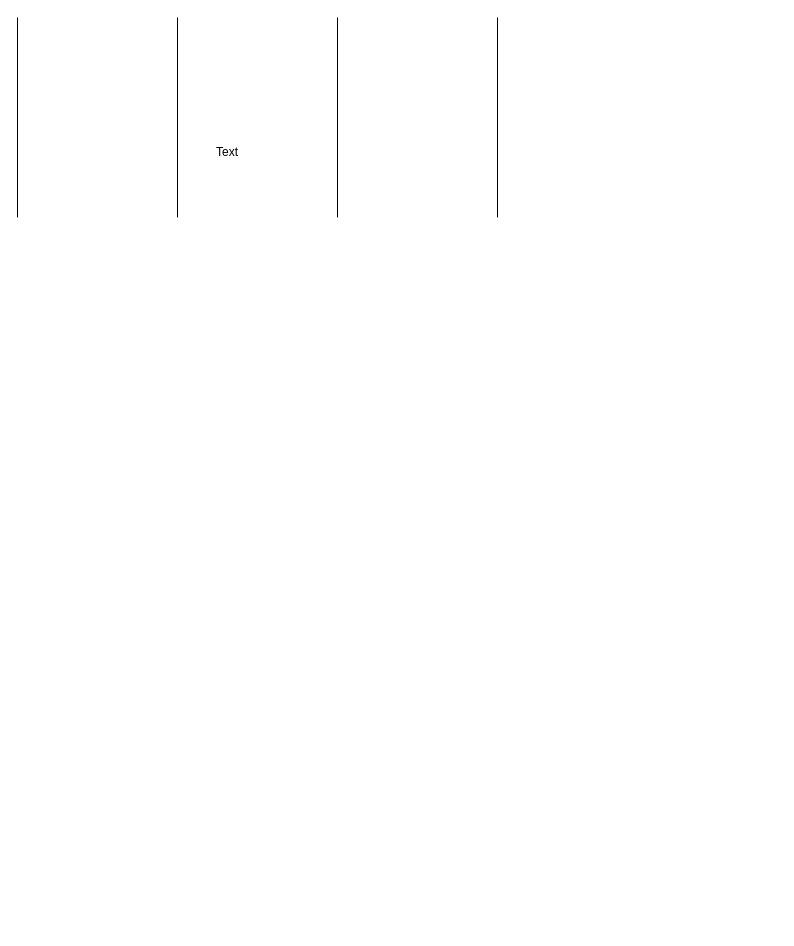
tonghuikang/drawings keeps this draw.io diagram as 未命名绘图.drawio. Above is the earlier version. Source tidied: cells renumbered, new cells numbered last; positions are measured from the earlier drawing's top-left corner, leaving out a move shared by most shapes. Both pictures are drawn from the tidied source at 100%, with x=0, y=0 at pixel (17, 17).
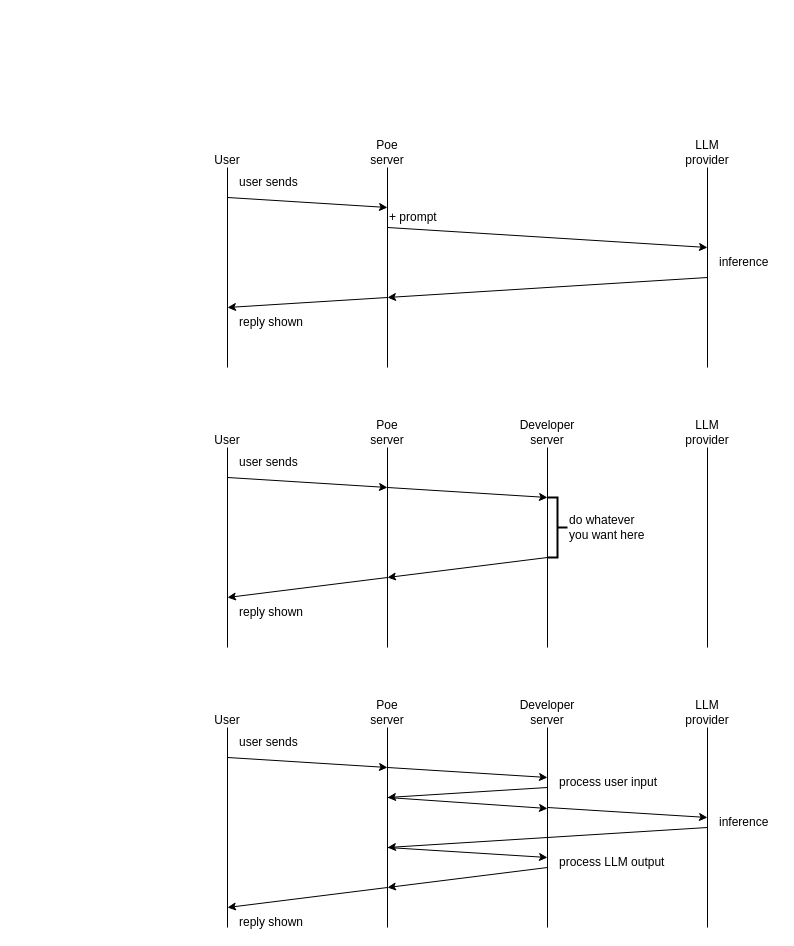
The same page after the edit.

Commit message (it also covers changes not shown here):
更新未命名绘图.drawio

The edit, as a diff of the source:
```diff
@@
     <mxCell id="2" style="endArrow=none;html=1;rounded=0;" parent="1" edge="1">
       <mxGeometry relative="1" as="geometry">
-        <mxPoint y="200" as="sourcePoint" />
-        <mxPoint as="targetPoint" />
+        <mxPoint x="690" y="350" as="sourcePoint" />
+        <mxPoint x="690" y="150" as="targetPoint" />
       </mxGeometry>
     </mxCell>
-    <mxCell id="3" style="endArrow=none;html=1;rounded=0;" parent="1" edge="1">
-      <mxGeometry relative="1" as="geometry">
-        <mxPoint x="160" y="200" as="sourcePoint" />
-        <mxPoint x="160" as="targetPoint" />
-      </mxGeometry>
-    </mxCell>
     <mxCell id="4" style="endArrow=none;html=1;rounded=0;" parent="1" edge="1">
       <mxGeometry relative="1" as="geometry">
-        <mxPoint x="320" y="200" as="sourcePoint" />
-        <mxPoint x="320" as="targetPoint" />
+        <mxPoint x="370" y="350" as="sourcePoint" />
+        <mxPoint x="370" y="150" as="targetPoint" />
       </mxGeometry>
     </mxCell>
     <mxCell id="5" style="endArrow=none;html=1;rounded=0;" parent="1" edge="1">
       <mxGeometry relative="1" as="geometry">
-        <mxPoint x="480" y="200" as="sourcePoint" />
-        <mxPoint x="480" as="targetPoint" />
+        <mxPoint x="210" y="350" as="sourcePoint" />
+        <mxPoint x="210" y="150" as="targetPoint" />
       </mxGeometry>
     </mxCell>
-    <mxCell id="6" value="Text" style="text;html=1;strokeColor=none;fillColor=none;align=center;verticalAlign=middle;whiteSpace=wrap;rounded=0;" parent="1" vertex="1">
+    <mxCell id="6" value="&lt;br&gt;User" style="text;html=1;strokeColor=none;fillColor=none;align=center;verticalAlign=middle;whiteSpace=wrap;rounded=0;" parent="1" vertex="1">
       <mxGeometry x="180" y="120" width="60" height="30" as="geometry" />
     </mxCell>
+    <mxCell id="7" value="Poe&lt;br&gt;server" style="text;html=1;strokeColor=none;fillColor=none;align=center;verticalAlign=middle;whiteSpace=wrap;rounded=0;" parent="1" vertex="1">
+      <mxGeometry x="340" y="120" width="60" height="30" as="geometry" />
+    </mxCell>
+    <mxCell id="8" value="LLM provider" style="text;html=1;strokeColor=none;fillColor=none;align=center;verticalAlign=middle;whiteSpace=wrap;rounded=0;" parent="1" vertex="1">
+      <mxGeometry x="660" y="120" width="60" height="30" as="geometry" />
+    </mxCell>
+    <mxCell id="9" style="endArrow=classic;html=1;rounded=0;" parent="1" edge="1">
+      <mxGeometry relative="1" as="geometry">
+        <mxPoint x="210" y="180" as="sourcePoint" />
+        <mxPoint x="370" y="190" as="targetPoint" />
+      </mxGeometry>
+    </mxCell>
+    <mxCell id="10" style="endArrow=classic;html=1;rounded=0;" parent="1" edge="1">
+      <mxGeometry relative="1" as="geometry">
+        <mxPoint x="370" y="210" as="sourcePoint" />
+        <mxPoint x="690" y="230" as="targetPoint" />
+      </mxGeometry>
+    </mxCell>
+    <mxCell id="11" style="endArrow=classic;html=1;rounded=0;" parent="1" edge="1">
+      <mxGeometry relative="1" as="geometry">
+        <mxPoint x="690" y="260" as="sourcePoint" />
+        <mxPoint x="370" y="280" as="targetPoint" />
+      </mxGeometry>
+    </mxCell>
+    <mxCell id="12" style="endArrow=classic;html=1;rounded=0;" parent="1" edge="1">
+      <mxGeometry relative="1" as="geometry">
+        <mxPoint x="370" y="280" as="sourcePoint" />
+        <mxPoint x="210" y="290" as="targetPoint" />
+      </mxGeometry>
+    </mxCell>
+    <mxCell id="13" value="+ prompt" style="text;html=1;strokeColor=none;fillColor=none;align=left;verticalAlign=middle;whiteSpace=wrap;rounded=0;" parent="1" vertex="1">
+      <mxGeometry x="370" y="190" width="60" height="20" as="geometry" />
+    </mxCell>
+    <mxCell id="14" style="endArrow=none;html=1;rounded=0;" parent="1" edge="1">
+      <mxGeometry relative="1" as="geometry">
+        <mxPoint x="690" y="630" as="sourcePoint" />
+        <mxPoint x="690" y="430" as="targetPoint" />
+      </mxGeometry>
+    </mxCell>
+    <mxCell id="15" style="endArrow=none;html=1;rounded=0;" parent="1" edge="1">
+      <mxGeometry relative="1" as="geometry">
+        <mxPoint x="530" y="630" as="sourcePoint" />
+        <mxPoint x="530" y="430" as="targetPoint" />
+      </mxGeometry>
+    </mxCell>
+    <mxCell id="16" style="endArrow=none;html=1;rounded=0;" parent="1" edge="1">
+      <mxGeometry relative="1" as="geometry">
+        <mxPoint x="370" y="630" as="sourcePoint" />
+        <mxPoint x="370" y="430" as="targetPoint" />
+      </mxGeometry>
+    </mxCell>
+    <mxCell id="17" style="endArrow=none;html=1;rounded=0;" parent="1" edge="1">
+      <mxGeometry relative="1" as="geometry">
+        <mxPoint x="210" y="630" as="sourcePoint" />
+        <mxPoint x="210" y="430" as="targetPoint" />
+      </mxGeometry>
+    </mxCell>
+    <mxCell id="18" value="&lt;br&gt;User" style="text;html=1;strokeColor=none;fillColor=none;align=center;verticalAlign=middle;whiteSpace=wrap;rounded=0;" parent="1" vertex="1">
+      <mxGeometry x="180" y="400" width="60" height="30" as="geometry" />
+    </mxCell>
+    <mxCell id="19" value="Poe&lt;br&gt;server" style="text;html=1;strokeColor=none;fillColor=none;align=center;verticalAlign=middle;whiteSpace=wrap;rounded=0;" parent="1" vertex="1">
+      <mxGeometry x="340" y="400" width="60" height="30" as="geometry" />
+    </mxCell>
+    <mxCell id="20" value="Developer&lt;br&gt;server" style="text;html=1;strokeColor=none;fillColor=none;align=center;verticalAlign=middle;whiteSpace=wrap;rounded=0;" parent="1" vertex="1">
+      <mxGeometry x="500" y="400" width="60" height="30" as="geometry" />
+    </mxCell>
+    <mxCell id="21" value="LLM provider" style="text;html=1;strokeColor=none;fillColor=none;align=center;verticalAlign=middle;whiteSpace=wrap;rounded=0;" parent="1" vertex="1">
+      <mxGeometry x="660" y="400" width="60" height="30" as="geometry" />
+    </mxCell>
+    <mxCell id="22" style="endArrow=classic;html=1;rounded=0;" parent="1" edge="1">
+      <mxGeometry relative="1" as="geometry">
+        <mxPoint x="210" y="460" as="sourcePoint" />
+        <mxPoint x="370" y="470" as="targetPoint" />
+      </mxGeometry>
+    </mxCell>
+    <mxCell id="23" style="endArrow=classic;html=1;rounded=0;" parent="1" edge="1">
+      <mxGeometry relative="1" as="geometry">
+        <mxPoint x="370" y="470" as="sourcePoint" />
+        <mxPoint x="530" y="480" as="targetPoint" />
+      </mxGeometry>
+    </mxCell>
+    <mxCell id="24" style="endArrow=classic;html=1;rounded=0;" parent="1" edge="1">
+      <mxGeometry relative="1" as="geometry">
+        <mxPoint x="530" y="540" as="sourcePoint" />
+        <mxPoint x="370" y="560" as="targetPoint" />
+      </mxGeometry>
+    </mxCell>
+    <mxCell id="25" style="endArrow=classic;html=1;rounded=0;" parent="1" edge="1">
+      <mxGeometry relative="1" as="geometry">
+        <mxPoint x="370" y="560" as="sourcePoint" />
+        <mxPoint x="210" y="580" as="targetPoint" />
+      </mxGeometry>
+    </mxCell>
+    <mxCell id="26" value="inference" style="text;html=1;strokeColor=none;fillColor=none;align=left;verticalAlign=middle;whiteSpace=wrap;rounded=0;" parent="1" vertex="1">
+      <mxGeometry x="700" y="230" width="60" height="30" as="geometry" />
+    </mxCell>
+    <mxCell id="27" value="do whatever you want here" style="text;html=1;strokeColor=none;fillColor=none;align=left;verticalAlign=middle;whiteSpace=wrap;rounded=0;" parent="1" vertex="1">
+      <mxGeometry x="550" y="500" width="90" height="20" as="geometry" />
+    </mxCell>
+    <mxCell id="28" style="strokeWidth=2;html=1;shape=mxgraph.flowchart.annotation_2;align=left;labelPosition=right;rotation=-180;" parent="1" vertex="1">
+      <mxGeometry x="530" y="480" width="20" height="60" as="geometry" />
+    </mxCell>
+    <mxCell id="29" style="endArrow=none;html=1;rounded=0;" parent="1" edge="1">
+      <mxGeometry relative="1" as="geometry">
+        <mxPoint x="690" y="910" as="sourcePoint" />
+        <mxPoint x="690" y="710" as="targetPoint" />
+      </mxGeometry>
+    </mxCell>
+    <mxCell id="30" style="endArrow=none;html=1;rounded=0;" parent="1" edge="1">
+      <mxGeometry relative="1" as="geometry">
+        <mxPoint x="530" y="910" as="sourcePoint" />
+        <mxPoint x="530" y="710" as="targetPoint" />
+      </mxGeometry>
+    </mxCell>
+    <mxCell id="31" style="endArrow=none;html=1;rounded=0;" parent="1" edge="1">
+      <mxGeometry relative="1" as="geometry">
+        <mxPoint x="370" y="910" as="sourcePoint" />
+        <mxPoint x="370" y="710" as="targetPoint" />
+      </mxGeometry>
+    </mxCell>
+    <mxCell id="32" style="endArrow=none;html=1;rounded=0;" parent="1" edge="1">
+      <mxGeometry relative="1" as="geometry">
+        <mxPoint x="210" y="910" as="sourcePoint" />
+        <mxPoint x="210" y="710" as="targetPoint" />
+      </mxGeometry>
+    </mxCell>
+    <mxCell id="33" value="&lt;br&gt;User" style="text;html=1;strokeColor=none;fillColor=none;align=center;verticalAlign=middle;whiteSpace=wrap;rounded=0;" parent="1" vertex="1">
+      <mxGeometry x="180" y="680" width="60" height="30" as="geometry" />
+    </mxCell>
+    <mxCell id="34" value="Poe&lt;br&gt;server" style="text;html=1;strokeColor=none;fillColor=none;align=center;verticalAlign=middle;whiteSpace=wrap;rounded=0;" parent="1" vertex="1">
+      <mxGeometry x="340" y="680" width="60" height="30" as="geometry" />
+    </mxCell>
+    <mxCell id="35" value="Developer&lt;br&gt;server" style="text;html=1;strokeColor=none;fillColor=none;align=center;verticalAlign=middle;whiteSpace=wrap;rounded=0;" parent="1" vertex="1">
+      <mxGeometry x="500" y="680" width="60" height="30" as="geometry" />
+    </mxCell>
+    <mxCell id="36" value="LLM provider" style="text;html=1;strokeColor=none;fillColor=none;align=center;verticalAlign=middle;whiteSpace=wrap;rounded=0;" parent="1" vertex="1">
+      <mxGeometry x="660" y="680" width="60" height="30" as="geometry" />
+    </mxCell>
+    <mxCell id="37" style="endArrow=classic;html=1;rounded=0;" parent="1" edge="1">
+      <mxGeometry relative="1" as="geometry">
+        <mxPoint x="210" y="740" as="sourcePoint" />
+        <mxPoint x="370" y="750" as="targetPoint" />
+      </mxGeometry>
+    </mxCell>
+    <mxCell id="38" style="endArrow=classic;html=1;rounded=0;" parent="1" edge="1">
+      <mxGeometry relative="1" as="geometry">
+        <mxPoint x="370" y="750" as="sourcePoint" />
+        <mxPoint x="530" y="760" as="targetPoint" />
+      </mxGeometry>
+    </mxCell>
+    <mxCell id="39" style="endArrow=classic;html=1;rounded=0;" parent="1" edge="1">
+      <mxGeometry relative="1" as="geometry">
+        <mxPoint x="530" y="850" as="sourcePoint" />
+        <mxPoint x="370" y="870" as="targetPoint" />
+      </mxGeometry>
+    </mxCell>
+    <mxCell id="40" style="endArrow=classic;html=1;rounded=0;" parent="1" edge="1">
+      <mxGeometry relative="1" as="geometry">
+        <mxPoint x="370" y="870" as="sourcePoint" />
+        <mxPoint x="210" y="890" as="targetPoint" />
+      </mxGeometry>
+    </mxCell>
+    <mxCell id="41" style="endArrow=classic;html=1;rounded=0;" parent="1" edge="1">
+      <mxGeometry relative="1" as="geometry">
+        <mxPoint x="530" y="770" as="sourcePoint" />
+        <mxPoint x="370" y="780" as="targetPoint" />
+      </mxGeometry>
+    </mxCell>
+    <mxCell id="42" style="endArrow=classic;html=1;rounded=0;" parent="1" edge="1">
+      <mxGeometry relative="1" as="geometry">
+        <mxPoint x="530" y="790" as="sourcePoint" />
+        <mxPoint x="690" y="800" as="targetPoint" />
+      </mxGeometry>
+    </mxCell>
+    <mxCell id="43" style="endArrow=classic;html=1;rounded=0;" parent="1" edge="1">
+      <mxGeometry relative="1" as="geometry">
+        <mxPoint x="690" y="810" as="sourcePoint" />
+        <mxPoint x="370" y="830" as="targetPoint" />
+      </mxGeometry>
+    </mxCell>
+    <mxCell id="44" style="endArrow=classic;html=1;rounded=0;" parent="1" edge="1">
+      <mxGeometry relative="1" as="geometry">
+        <mxPoint x="370" y="830" as="sourcePoint" />
+        <mxPoint x="530" y="840" as="targetPoint" />
+      </mxGeometry>
+    </mxCell>
+    <mxCell id="45" value="process user input" style="text;html=1;strokeColor=none;fillColor=none;align=left;verticalAlign=middle;whiteSpace=wrap;rounded=0;" parent="1" vertex="1">
+      <mxGeometry x="540" y="760" width="120" height="10" as="geometry" />
+    </mxCell>
+    <mxCell id="46" style="endArrow=classic;html=1;rounded=0;" parent="1" edge="1">
+      <mxGeometry relative="1" as="geometry">
+        <mxPoint x="370" y="780" as="sourcePoint" />
+        <mxPoint x="530" y="791" as="targetPoint" />
+      </mxGeometry>
+    </mxCell>
+    <mxCell id="47" value="process LLM output" style="text;html=1;strokeColor=none;fillColor=none;align=left;verticalAlign=middle;whiteSpace=wrap;rounded=0;" parent="1" vertex="1">
+      <mxGeometry x="540" y="840" width="120" height="10" as="geometry" />
+    </mxCell>
+    <mxCell id="48" value="inference" style="text;html=1;strokeColor=none;fillColor=none;align=left;verticalAlign=middle;whiteSpace=wrap;rounded=0;" parent="1" vertex="1">
+      <mxGeometry x="700" y="790" width="60" height="30" as="geometry" />
+    </mxCell>
+    <mxCell id="49" value="reply shown" style="text;html=1;strokeColor=none;fillColor=none;align=left;verticalAlign=middle;whiteSpace=wrap;rounded=0;" parent="1" vertex="1">
+      <mxGeometry x="220" y="900" width="120" height="10" as="geometry" />
+    </mxCell>
+    <mxCell id="50" value="reply shown" style="text;html=1;strokeColor=none;fillColor=none;align=left;verticalAlign=middle;whiteSpace=wrap;rounded=0;" parent="1" vertex="1">
+      <mxGeometry x="220" y="590" width="120" height="10" as="geometry" />
+    </mxCell>
+    <mxCell id="51" value="reply shown" style="text;html=1;strokeColor=none;fillColor=none;align=left;verticalAlign=middle;whiteSpace=wrap;rounded=0;" parent="1" vertex="1">
+      <mxGeometry x="220" y="300" width="120" height="10" as="geometry" />
+    </mxCell>
+    <mxCell id="52" value="user sends" style="text;html=1;strokeColor=none;fillColor=none;align=left;verticalAlign=middle;whiteSpace=wrap;rounded=0;" parent="1" vertex="1">
+      <mxGeometry x="220" y="440" width="120" height="10" as="geometry" />
+    </mxCell>
+    <mxCell id="53" value="user sends" style="text;html=1;strokeColor=none;fillColor=none;align=left;verticalAlign=middle;whiteSpace=wrap;rounded=0;" parent="1" vertex="1">
+      <mxGeometry x="220" y="160" width="120" height="10" as="geometry" />
+    </mxCell>
+    <mxCell id="54" value="user sends" style="text;html=1;strokeColor=none;fillColor=none;align=left;verticalAlign=middle;whiteSpace=wrap;rounded=0;" parent="1" vertex="1">
+      <mxGeometry x="220" y="720" width="120" height="10" as="geometry" />
+    </mxCell>
```
